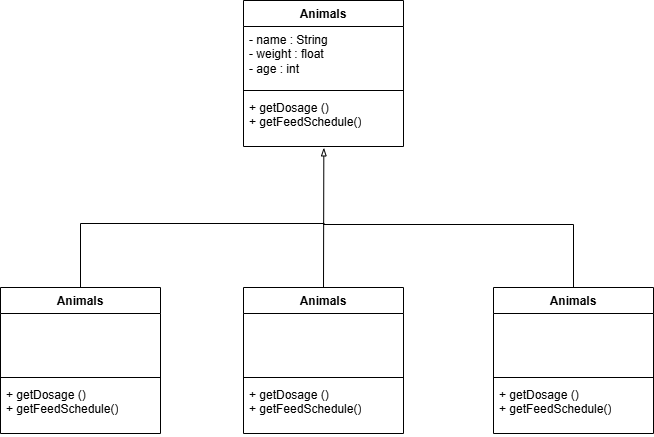
The draw.io diagram Hayvanat Bahçesi Yönetimi.png in Maviatkilicocuk/Hayvanat-Bah-esi-Y-netimi, before a commit. Source tidied: cells renumbered, new cells last; positions are measured from the earlier drawing's top-left corner, leaving out a move shared by most shapes. Its diagram source:
```xml
<mxGraphModel>
  <root>
    <mxCell id="0" />
    <mxCell id="1" parent="0" />
    <mxCell id="2" style="jettySize=auto;html=1;strokeColor=default;rounded=0;elbow=vertical;endArrow=none;endFill=0;exitX=0.5;exitY=0;exitDx=0;exitDy=0;edgeStyle=orthogonalEdgeStyle;startArrow=none;startFill=0;snapToPoint=0;" parent="1" edge="1" source="15">
      <mxGeometry relative="1" as="geometry">
        <mxPoint x="323" y="222" as="targetPoint" />
        <Array as="points">
          <mxPoint x="573" y="224" />
        </Array>
      </mxGeometry>
    </mxCell>
    <mxCell id="3" value="Animals" style="swimlane;fontStyle=1;align=center;verticalAlign=top;horizontal=1;startSize=26;whiteSpace=wrap;html=1;" parent="1" vertex="1">
      <mxGeometry x="243" width="160" height="146" as="geometry" />
    </mxCell>
    <mxCell id="4" value="- name : String&lt;br&gt;- weight : float&lt;br&gt;- age : int" style="text;strokeColor=none;fillColor=none;align=left;verticalAlign=top;spacingLeft=4;spacingRight=4;overflow=hidden;whiteSpace=wrap;html=1;" parent="3" vertex="1">
      <mxGeometry y="26" width="160" height="60" as="geometry" />
    </mxCell>
    <mxCell id="5" style="line;strokeWidth=1;fillColor=none;align=left;verticalAlign=middle;spacingTop=-1;spacingLeft=3;spacingRight=3;labelPosition=right;strokeColor=inherit;" parent="3" vertex="1">
      <mxGeometry y="86" width="160" height="8" as="geometry" />
    </mxCell>
    <mxCell id="6" value="+&amp;nbsp;getDosage ()&lt;br&gt;+&amp;nbsp;getFeedSchedule()" style="text;strokeColor=none;fillColor=none;align=left;verticalAlign=top;spacingLeft=4;spacingRight=4;overflow=hidden;points=[[0,0.5],[1,0.5]];portConstraint=eastwest;whiteSpace=wrap;html=1;" parent="3" vertex="1">
      <mxGeometry y="94" width="160" height="52" as="geometry" />
    </mxCell>
    <mxCell id="7" value="Animals" style="swimlane;fontStyle=1;align=center;verticalAlign=top;horizontal=1;startSize=26;whiteSpace=wrap;html=1;" parent="1" vertex="1">
      <mxGeometry y="287" width="160" height="146" as="geometry" />
    </mxCell>
    <mxCell id="8" value="&lt;br&gt;" style="text;strokeColor=none;fillColor=none;align=left;verticalAlign=top;spacingLeft=4;spacingRight=4;overflow=hidden;whiteSpace=wrap;html=1;" parent="7" vertex="1">
      <mxGeometry y="26" width="160" height="60" as="geometry" />
    </mxCell>
    <mxCell id="9" style="line;strokeWidth=1;fillColor=none;align=left;verticalAlign=middle;spacingTop=-1;spacingLeft=3;spacingRight=3;labelPosition=right;strokeColor=inherit;" parent="7" vertex="1">
      <mxGeometry y="86" width="160" height="8" as="geometry" />
    </mxCell>
    <mxCell id="10" value="+&amp;nbsp;getDosage ()&lt;br&gt;+&amp;nbsp;getFeedSchedule()" style="text;strokeColor=none;fillColor=none;align=left;verticalAlign=top;spacingLeft=4;spacingRight=4;overflow=hidden;whiteSpace=wrap;html=1;" parent="7" vertex="1">
      <mxGeometry y="94" width="160" height="52" as="geometry" />
    </mxCell>
    <mxCell id="11" value="Animals" style="swimlane;fontStyle=1;align=center;verticalAlign=top;horizontal=1;startSize=26;whiteSpace=wrap;html=1;" parent="1" vertex="1">
      <mxGeometry x="243" y="287" width="160" height="146" as="geometry" />
    </mxCell>
    <mxCell id="12" value="&lt;br&gt;" style="text;strokeColor=none;fillColor=none;align=left;verticalAlign=top;spacingLeft=4;spacingRight=4;overflow=hidden;whiteSpace=wrap;html=1;" parent="11" vertex="1">
      <mxGeometry y="26" width="160" height="60" as="geometry" />
    </mxCell>
    <mxCell id="13" style="line;strokeWidth=1;fillColor=none;align=left;verticalAlign=middle;spacingTop=-1;spacingLeft=3;spacingRight=3;labelPosition=right;strokeColor=inherit;" parent="11" vertex="1">
      <mxGeometry y="86" width="160" height="8" as="geometry" />
    </mxCell>
    <mxCell id="14" value="+&amp;nbsp;getDosage ()&lt;br&gt;+&amp;nbsp;getFeedSchedule()" style="text;strokeColor=none;fillColor=none;align=left;verticalAlign=top;spacingLeft=4;spacingRight=4;overflow=hidden;whiteSpace=wrap;html=1;" parent="11" vertex="1">
      <mxGeometry y="94" width="160" height="52" as="geometry" />
    </mxCell>
    <mxCell id="15" value="Animals" style="swimlane;fontStyle=1;align=center;verticalAlign=top;horizontal=1;startSize=26;whiteSpace=wrap;html=1;" parent="1" vertex="1">
      <mxGeometry x="493" y="287" width="160" height="146" as="geometry" />
    </mxCell>
    <mxCell id="16" value="&lt;br&gt;" style="text;strokeColor=none;fillColor=none;align=left;verticalAlign=top;spacingLeft=4;spacingRight=4;overflow=hidden;whiteSpace=wrap;html=1;" parent="15" vertex="1">
      <mxGeometry y="26" width="160" height="60" as="geometry" />
    </mxCell>
    <mxCell id="17" style="line;strokeWidth=1;fillColor=none;align=left;verticalAlign=middle;spacingTop=-1;spacingLeft=3;spacingRight=3;labelPosition=right;strokeColor=inherit;" parent="15" vertex="1">
      <mxGeometry y="86" width="160" height="8" as="geometry" />
    </mxCell>
    <mxCell id="18" value="+&amp;nbsp;getDosage ()&lt;br&gt;+&amp;nbsp;getFeedSchedule()" style="text;strokeColor=none;fillColor=none;align=left;verticalAlign=top;spacingLeft=4;spacingRight=4;overflow=hidden;whiteSpace=wrap;html=1;" parent="15" vertex="1">
      <mxGeometry y="94" width="160" height="52" as="geometry" />
    </mxCell>
    <mxCell id="19" style="edgeStyle=elbowEdgeStyle;jettySize=auto;html=1;entryX=0.499;entryY=1.026;entryDx=0;entryDy=0;entryPerimeter=0;strokeColor=default;rounded=0;endArrow=blockThin;endFill=0;exitX=0.5;exitY=0;exitDx=0;exitDy=0;" parent="1" edge="1" source="11" target="6">
      <mxGeometry relative="1" as="geometry" />
    </mxCell>
    <mxCell id="20" style="edgeStyle=elbowEdgeStyle;jettySize=auto;html=1;strokeColor=default;rounded=0;elbow=vertical;endArrow=none;endFill=0;entryX=0.5;entryY=0;entryDx=0;entryDy=0;" parent="1" edge="1" target="7">
      <mxGeometry relative="1" as="geometry">
        <mxPoint x="324" y="223" as="sourcePoint" />
        <Array as="points">
          <mxPoint x="199" y="223" />
        </Array>
      </mxGeometry>
    </mxCell>
  </root>
</mxGraphModel>
```
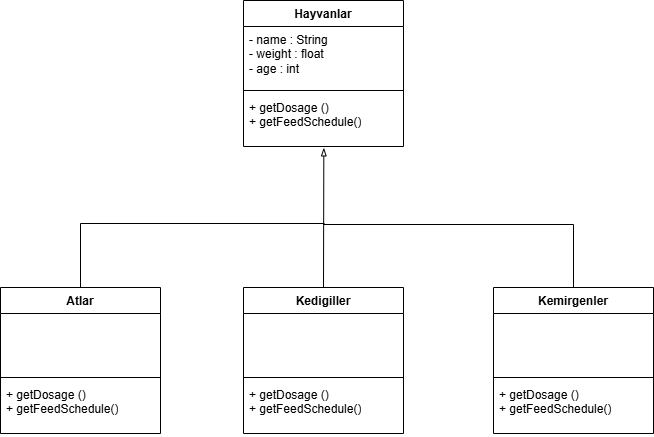
Later version of the same file.

Change to the diagram source:
```diff
@@ -10,7 +10,7 @@
         </Array>
       </mxGeometry>
     </mxCell>
-    <mxCell id="3" value="Animals" style="swimlane;fontStyle=1;align=center;verticalAlign=top;horizontal=1;startSize=26;whiteSpace=wrap;html=1;" parent="1" vertex="1">
+    <mxCell id="3" value="Hayvanlar" style="swimlane;fontStyle=1;align=center;verticalAlign=top;horizontal=1;startSize=26;whiteSpace=wrap;html=1;" parent="1" vertex="1">
       <mxGeometry x="243" width="160" height="146" as="geometry" />
     </mxCell>
     <mxCell id="4" value="- name : String&lt;br&gt;- weight : float&lt;br&gt;- age : int" style="text;strokeColor=none;fillColor=none;align=left;verticalAlign=top;spacingLeft=4;spacingRight=4;overflow=hidden;whiteSpace=wrap;html=1;" parent="3" vertex="1">
@@ -22,7 +22,7 @@
     <mxCell id="6" value="+&amp;nbsp;getDosage ()&lt;br&gt;+&amp;nbsp;getFeedSchedule()" style="text;strokeColor=none;fillColor=none;align=left;verticalAlign=top;spacingLeft=4;spacingRight=4;overflow=hidden;points=[[0,0.5],[1,0.5]];portConstraint=eastwest;whiteSpace=wrap;html=1;" parent="3" vertex="1">
       <mxGeometry y="94" width="160" height="52" as="geometry" />
     </mxCell>
-    <mxCell id="7" value="Animals" style="swimlane;fontStyle=1;align=center;verticalAlign=top;horizontal=1;startSize=26;whiteSpace=wrap;html=1;" parent="1" vertex="1">
+    <mxCell id="7" value="Atlar" style="swimlane;fontStyle=1;align=center;verticalAlign=top;horizontal=1;startSize=26;whiteSpace=wrap;html=1;" parent="1" vertex="1">
       <mxGeometry y="287" width="160" height="146" as="geometry" />
     </mxCell>
     <mxCell id="8" value="&lt;br&gt;" style="text;strokeColor=none;fillColor=none;align=left;verticalAlign=top;spacingLeft=4;spacingRight=4;overflow=hidden;whiteSpace=wrap;html=1;" parent="7" vertex="1">
@@ -34,7 +34,7 @@
     <mxCell id="10" value="+&amp;nbsp;getDosage ()&lt;br&gt;+&amp;nbsp;getFeedSchedule()" style="text;strokeColor=none;fillColor=none;align=left;verticalAlign=top;spacingLeft=4;spacingRight=4;overflow=hidden;whiteSpace=wrap;html=1;" parent="7" vertex="1">
       <mxGeometry y="94" width="160" height="52" as="geometry" />
     </mxCell>
-    <mxCell id="11" value="Animals" style="swimlane;fontStyle=1;align=center;verticalAlign=top;horizontal=1;startSize=26;whiteSpace=wrap;html=1;" parent="1" vertex="1">
+    <mxCell id="11" value="Kedigiller" style="swimlane;fontStyle=1;align=center;verticalAlign=top;horizontal=1;startSize=26;whiteSpace=wrap;html=1;" parent="1" vertex="1">
       <mxGeometry x="243" y="287" width="160" height="146" as="geometry" />
     </mxCell>
     <mxCell id="12" value="&lt;br&gt;" style="text;strokeColor=none;fillColor=none;align=left;verticalAlign=top;spacingLeft=4;spacingRight=4;overflow=hidden;whiteSpace=wrap;html=1;" parent="11" vertex="1">
@@ -46,7 +46,7 @@
     <mxCell id="14" value="+&amp;nbsp;getDosage ()&lt;br&gt;+&amp;nbsp;getFeedSchedule()" style="text;strokeColor=none;fillColor=none;align=left;verticalAlign=top;spacingLeft=4;spacingRight=4;overflow=hidden;whiteSpace=wrap;html=1;" parent="11" vertex="1">
       <mxGeometry y="94" width="160" height="52" as="geometry" />
     </mxCell>
-    <mxCell id="15" value="Animals" style="swimlane;fontStyle=1;align=center;verticalAlign=top;horizontal=1;startSize=26;whiteSpace=wrap;html=1;" parent="1" vertex="1">
+    <mxCell id="15" value="Kemirgenler" style="swimlane;fontStyle=1;align=center;verticalAlign=top;horizontal=1;startSize=26;whiteSpace=wrap;html=1;" parent="1" vertex="1">
       <mxGeometry x="493" y="287" width="160" height="146" as="geometry" />
     </mxCell>
     <mxCell id="16" value="&lt;br&gt;" style="text;strokeColor=none;fillColor=none;align=left;verticalAlign=top;spacingLeft=4;spacingRight=4;overflow=hidden;whiteSpace=wrap;html=1;" parent="15" vertex="1">
```
